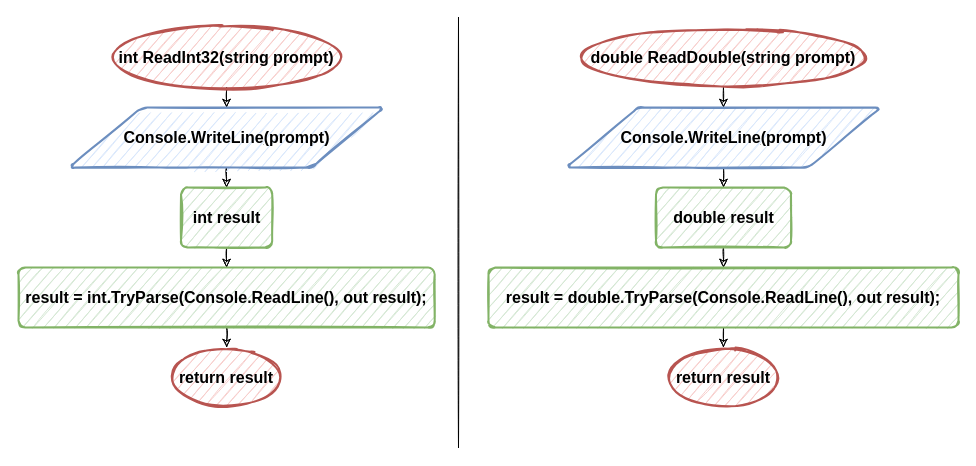
This is page "Utils/Base" (1 of 2) of flowchart.drawio from Console-Utils/mono-laboratorywork6, a draw.io file, before an edit. Source tidied: cells renumbered, new cells numbered last; positions are measured from the earlier drawing's top-left corner, leaving out a move shared by most shapes. Both pictures are drawn from the tidied source at 100%, with x=0, y=0 at pixel (18, 17).
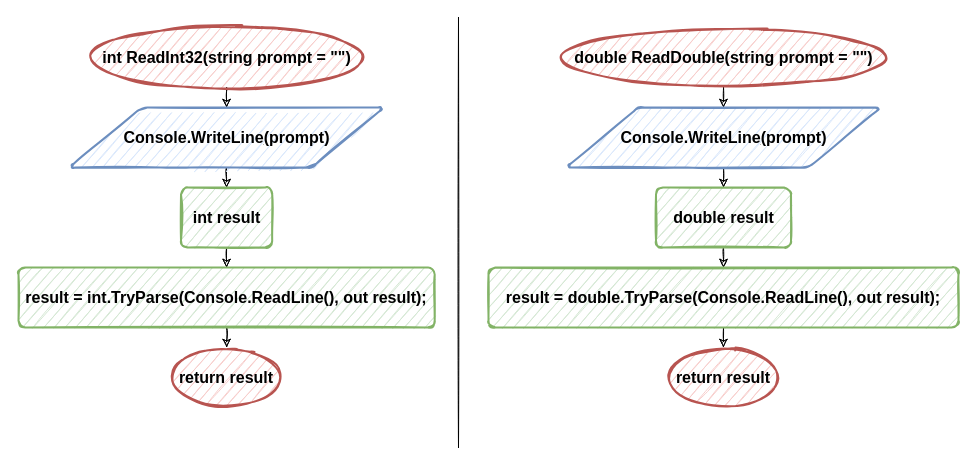
After the change.

Change to the diagram source:
```diff
@@
-    <mxCell id="3" value="&lt;font style=&quot;font-size: 16px&quot;&gt;&lt;b&gt;int ReadInt32(string prompt)&lt;/b&gt;&lt;/font&gt;" style="strokeWidth=2;html=1;shape=mxgraph.flowchart.start_1;whiteSpace=wrap;fillColor=#f8cecc;strokeColor=#b85450;sketch=1;rounded=1;" parent="1" vertex="1">
-      <mxGeometry x="88.1" y="10" width="240" height="60" as="geometry" />
+    <mxCell id="3" value="&lt;font style=&quot;font-size: 16px&quot;&gt;&lt;b&gt;int ReadInt32(string prompt&lt;/b&gt;&lt;b&gt;&amp;nbsp;= &quot;&quot;&lt;/b&gt;&lt;b&gt;)&lt;/b&gt;&lt;/font&gt;" style="strokeWidth=2;html=1;shape=mxgraph.flowchart.start_1;whiteSpace=wrap;fillColor=#f8cecc;strokeColor=#b85450;sketch=1;rounded=1;" parent="1" vertex="1">
+      <mxGeometry x="64.7" y="10" width="286.9" height="60" as="geometry" />
     </mxCell>
@@
-    <mxCell id="12" value="&lt;font style=&quot;font-size: 16px&quot;&gt;&lt;b&gt;double ReadDouble(string prompt)&lt;/b&gt;&lt;/font&gt;" style="strokeWidth=2;html=1;shape=mxgraph.flowchart.start_1;whiteSpace=wrap;fillColor=#f8cecc;strokeColor=#b85450;sketch=1;rounded=1;" parent="1" vertex="1">
-      <mxGeometry x="555.9" y="10" width="298.1" height="60" as="geometry" />
+    <mxCell id="12" value="&lt;font style=&quot;font-size: 16px&quot;&gt;&lt;b&gt;double ReadDouble(string prompt&lt;/b&gt;&lt;b&gt;&amp;nbsp;= &quot;&quot;&lt;/b&gt;&lt;b&gt;)&lt;/b&gt;&lt;/font&gt;" style="strokeWidth=2;html=1;shape=mxgraph.flowchart.start_1;whiteSpace=wrap;fillColor=#f8cecc;strokeColor=#b85450;sketch=1;rounded=1;" parent="1" vertex="1">
+      <mxGeometry x="535.5" y="10" width="339.1" height="60" as="geometry" />
     </mxCell>
```
